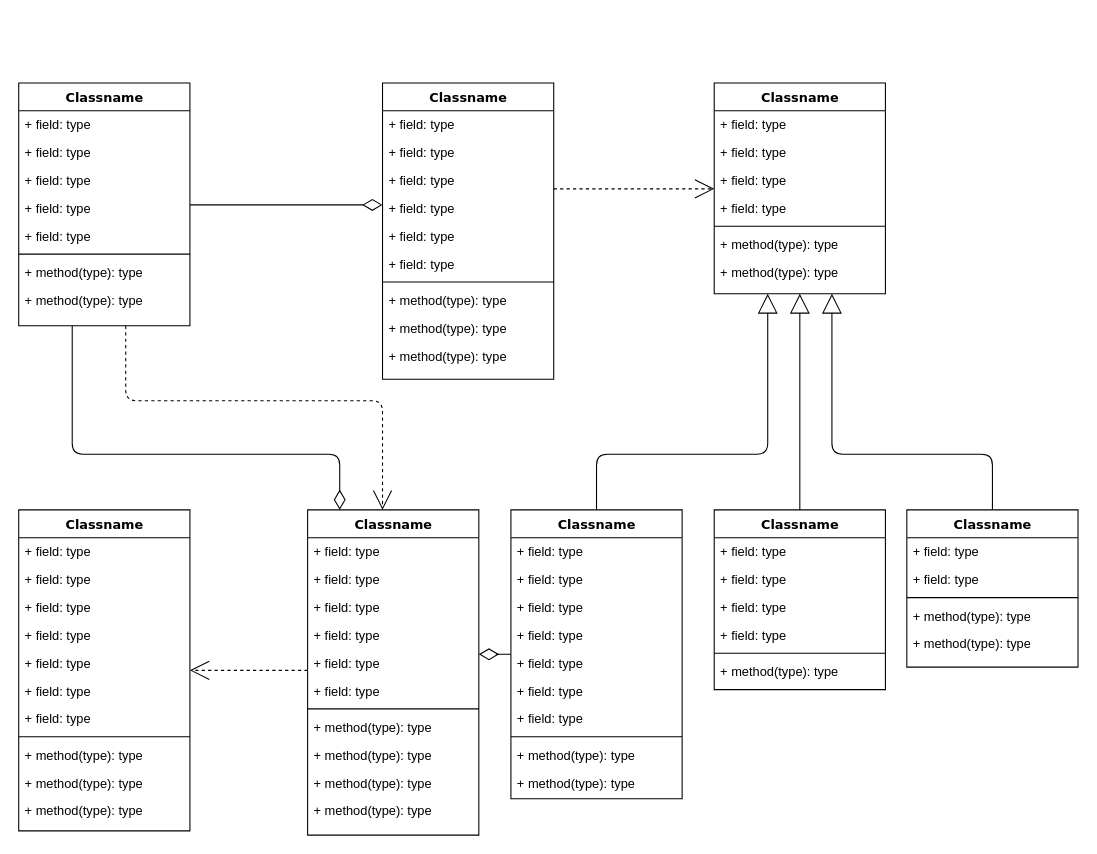
The draw.io diagram Диаграмма без названия.drawio in KmvRoman/Diagrams, before the edit. Source tidied: cells renumbered, new cells numbered last; positions are measured from the earlier drawing's top-left corner, leaving out a move shared by most shapes. Both pictures are drawn from the tidied source at 107%, with x=0, y=0 at pixel (18, 82).
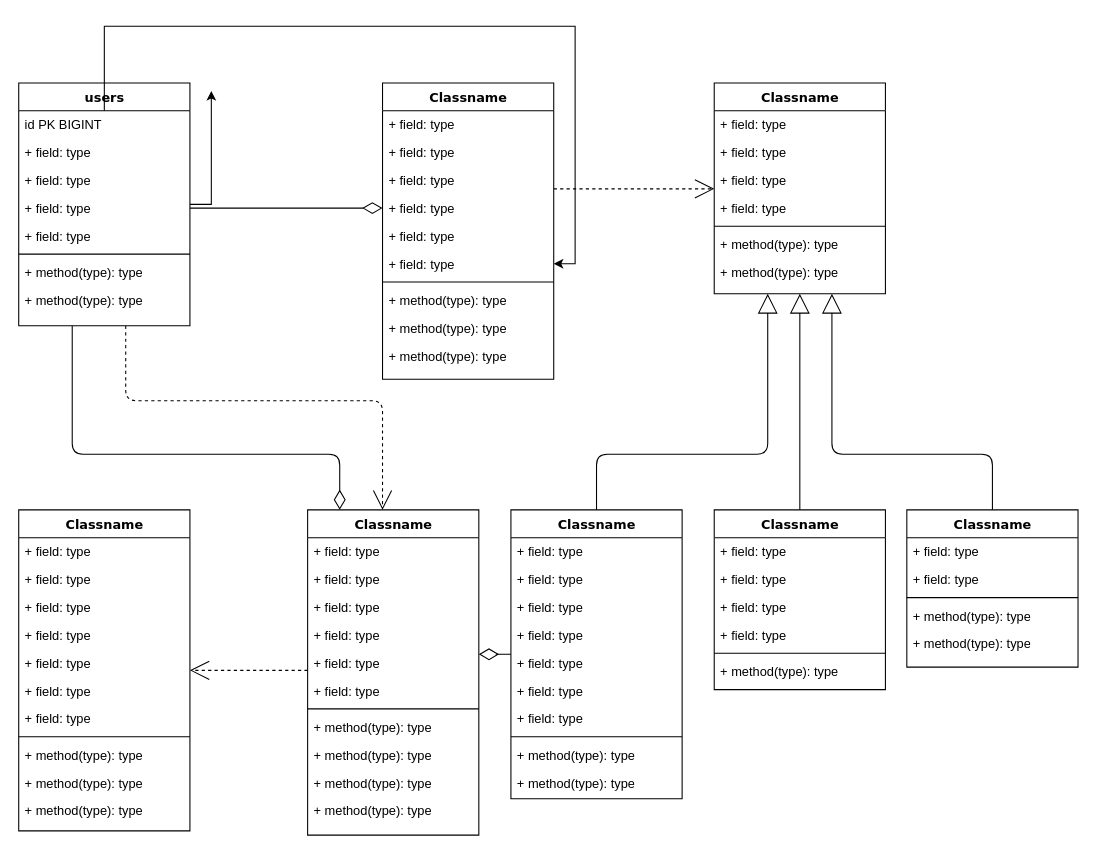
After the change.

Commit message:
Первая диаграмма

The change refers to these unchanged cells:
```xml
<mxCell id="14" value="Classname" style="swimlane;html=1;fontStyle=1;align=center;verticalAlign=top;horizontal=1;startSize=26;swimlaneFillColor=#ffffff;rounded=0;shadow=0;comic=0;labelBackgroundColor=none;strokeWidth=1;fillColor=none;fontFamily=Verdana;fontSize=12;" parent="1" vertex="1">
  <mxGeometry x="340" width="160" height="277" as="geometry" />
</mxCell>
<mxCell id="18" value="+ field: type" style="text;html=1;strokeColor=none;fillColor=none;align=left;verticalAlign=top;spacingLeft=4;spacingRight=4;whiteSpace=wrap;overflow=hidden;points=[[0,0.5],[1,0.5]];portConstraint=eastwest;" parent="14" vertex="1">
  <mxGeometry y="104" width="160" height="26" as="geometry" />
</mxCell>
<mxCell id="20" value="+ field: type" style="text;html=1;strokeColor=none;fillColor=none;align=left;verticalAlign=top;spacingLeft=4;spacingRight=4;whiteSpace=wrap;overflow=hidden;points=[[0,0.5],[1,0.5]];portConstraint=eastwest;" parent="14" vertex="1">
  <mxGeometry y="156" width="160" height="26" as="geometry" />
</mxCell>
```

The edit, as a diff of the source:
```diff
@@
+    <mxCell id="87" style="edgeStyle=orthogonalEdgeStyle;rounded=0;jettySize=auto;html=1;" parent="1" edge="1" source="4">
+      <mxGeometry relative="1" as="geometry">
+        <mxPoint x="180" y="7" as="targetPoint" />
+      </mxGeometry>
+    </mxCell>
-    <mxCell id="4" value="Classname" style="swimlane;html=1;fontStyle=1;align=center;verticalAlign=top;horizontal=1;startSize=26;swimlaneFillColor=#ffffff;rounded=0;shadow=0;comic=0;labelBackgroundColor=none;strokeWidth=1;fillColor=none;fontFamily=Verdana;fontSize=12;" parent="1" vertex="1">
+    <mxCell id="4" value="users" style="swimlane;html=1;fontStyle=1;align=center;verticalAlign=top;horizontal=1;startSize=26;swimlaneFillColor=#ffffff;rounded=0;shadow=0;comic=0;labelBackgroundColor=none;strokeWidth=1;fillColor=none;fontFamily=Verdana;fontSize=12;" parent="1" vertex="1">
       <mxGeometry width="160" height="227" as="geometry" />
     </mxCell>
-    <mxCell id="5" value="+ field: type" style="text;html=1;strokeColor=none;fillColor=none;align=left;verticalAlign=top;spacingLeft=4;spacingRight=4;whiteSpace=wrap;overflow=hidden;points=[[0,0.5],[1,0.5]];portConstraint=eastwest;" parent="4" vertex="1">
+    <mxCell id="5" value="id PK BIGINT" style="text;html=1;strokeColor=none;fillColor=none;align=left;verticalAlign=top;spacingLeft=4;spacingRight=4;whiteSpace=wrap;overflow=hidden;points=[[0,0.5],[1,0.5]];portConstraint=eastwest;" parent="4" vertex="1">
       <mxGeometry y="26" width="160" height="26" as="geometry" />
     </mxCell>
@@
-    <mxCell id="86" style="edgeStyle=elbowEdgeStyle;html=1;labelBackgroundColor=none;startFill=0;startSize=8;endArrow=diamondThin;endFill=0;endSize=16;fontFamily=Verdana;fontSize=12;elbow=vertical;" parent="1" edge="1" source="4" target="14">
+    <mxCell id="86" style="edgeStyle=elbowEdgeStyle;html=1;labelBackgroundColor=none;startFill=0;startSize=8;endArrow=diamondThin;endFill=0;endSize=16;fontFamily=Verdana;fontSize=12;elbow=vertical;entryX=0;entryY=0.5;entryDx=0;entryDy=0;" parent="1" edge="1" source="4" target="18">
       <mxGeometry relative="1" as="geometry" />
     </mxCell>
+    <mxCell id="88" style="edgeStyle=orthogonalEdgeStyle;rounded=0;jettySize=auto;html=1;entryX=1;entryY=0.5;entryDx=0;entryDy=0;" parent="1" edge="1" source="5" target="20">
+      <mxGeometry relative="1" as="geometry">
+        <Array as="points">
+          <mxPoint x="80" y="-53" />
+          <mxPoint x="520" y="-53" />
+          <mxPoint x="520" y="169" />
+        </Array>
+      </mxGeometry>
+    </mxCell>
```
